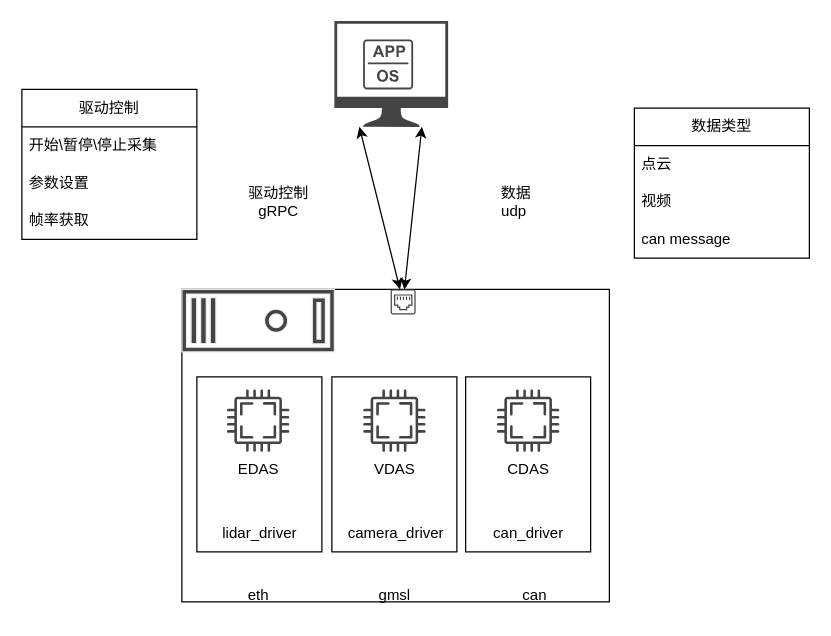
Earlier version of the draw.io diagram 数采系统框架.drawio (feeliam/for-drawio). Source tidied: cells renumbered, new cells numbered last; positions are measured from the earlier drawing's top-left corner, leaving out a move shared by most shapes. Both pictures are drawn from the tidied source at 125%, with x=0, y=0 at pixel (21, 20).
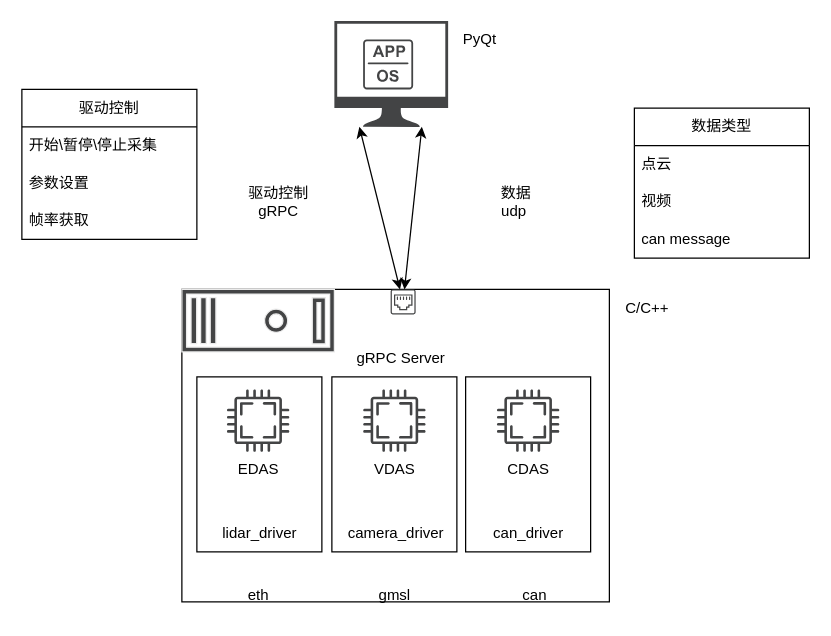
The same page after the edit.

Commit message:
Update 数采系统框架.drawio

Change to the diagram source:
```diff
@@
+    <mxCell id="31" value="PyQt" style="text;html=1;align=center;verticalAlign=middle;strokeColor=none;fillColor=none;" parent="1" vertex="1">
+      <mxGeometry x="341" y="0.3" width="50" height="30" as="geometry" />
+    </mxCell>
+    <mxCell id="32" value="C/C++" style="text;html=1;align=center;verticalAlign=middle;strokeColor=none;fillColor=none;" parent="1" vertex="1">
+      <mxGeometry x="470" y="215" width="60" height="30" as="geometry" />
+    </mxCell>
+    <mxCell id="33" value=" gRPC Server" style="text;html=1;align=center;verticalAlign=middle;strokeColor=none;fillColor=none;" parent="1" vertex="1">
+      <mxGeometry x="258" y="255" width="90" height="30" as="geometry" />
+    </mxCell>
```
